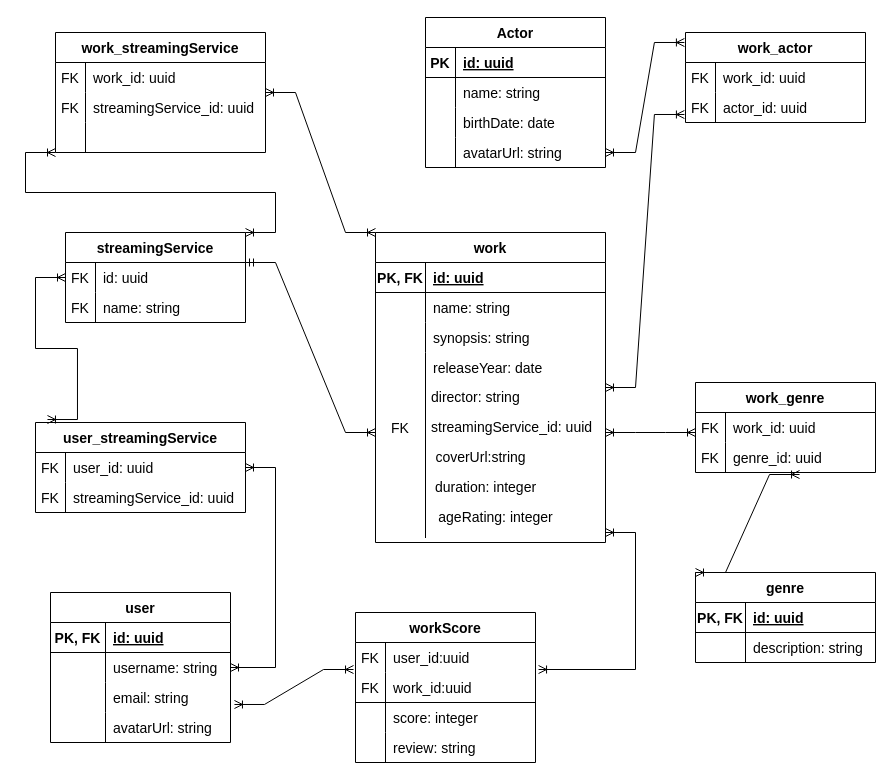
Before: Diagrama sem nome.drawio in wiliansanello/videoteca-do-streaming, a draw.io diagram. Source tidied: cells renumbered, new cells numbered last; positions are measured from the earlier drawing's top-left corner, leaving out a move shared by most shapes. Both pictures are drawn from the tidied source at 100%, with x=0, y=0 at pixel (35, 17).
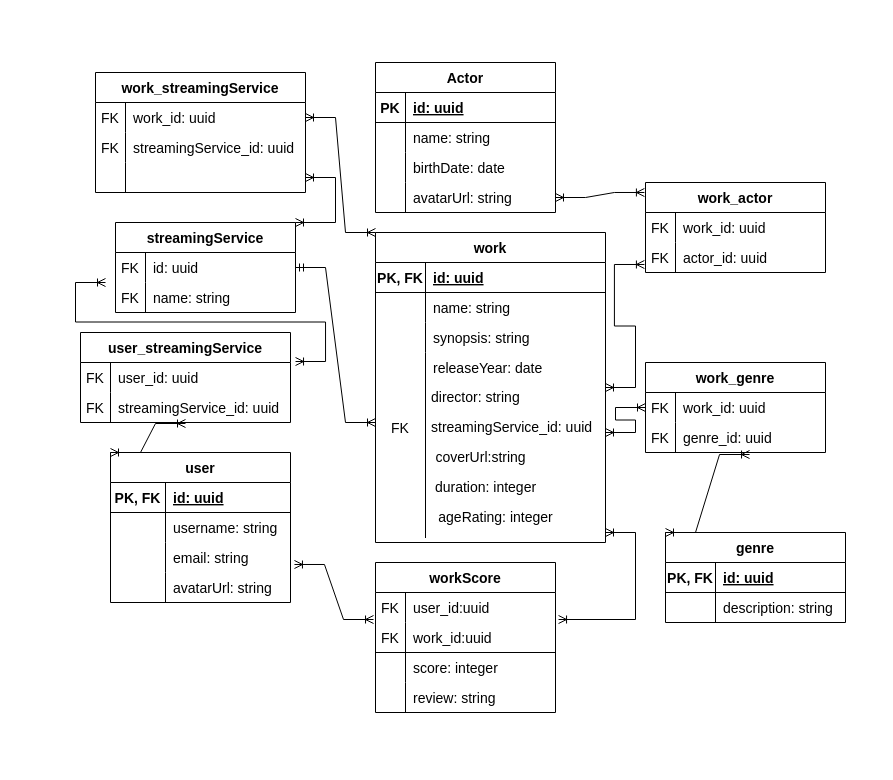
The same diagram, later.

The change refers to these unchanged cells:
```xml
<mxCell id="2" value="work" style="shape=table;startSize=30;childLayout=tableLayout;rowLines=0;fontStyle=1;align=center;fontSize=14;" parent="1" vertex="1">
  <mxGeometry x="340" y="215" width="230" height="310" as="geometry" />
</mxCell>
<mxCell id="24" style="shape=tableRow;horizontal=0;startSize=0;swimlaneHead=0;swimlaneBody=0;fillColor=none;points=[[0,0.5],[1,0.5]];portConstraint=eastwest;top=0;left=0;right=0;bottom=0;fontSize=14;" parent="23" vertex="1">
  <mxGeometry y="30" width="180" height="30" as="geometry" />
</mxCell>
<mxCell id="31" style="shape=tableRow;horizontal=0;startSize=0;swimlaneHead=0;swimlaneBody=0;fillColor=none;points=[[0,0.5],[1,0.5]];portConstraint=eastwest;top=0;left=0;right=0;bottom=0;fontSize=14;" parent="30" vertex="1">
  <mxGeometry y="30" width="210" height="30" as="geometry" />
</mxCell>
<mxCell id="34" style="shape=tableRow;horizontal=0;startSize=0;swimlaneHead=0;swimlaneBody=0;fillColor=none;points=[[0,0.5],[1,0.5]];portConstraint=eastwest;top=0;left=0;right=0;bottom=0;fontSize=14;" parent="30" vertex="1">
  <mxGeometry y="60" width="210" height="30" as="geometry" />
</mxCell>
<mxCell id="67" style="shape=tableRow;horizontal=0;startSize=0;swimlaneHead=0;swimlaneBody=0;fillColor=none;points=[[0,0.5],[1,0.5]];portConstraint=eastwest;top=0;left=0;right=0;bottom=0;fontSize=14;" parent="66" vertex="1">
  <mxGeometry y="30" width="210" height="30" as="geometry" />
</mxCell>
<mxCell id="73" style="shape=tableRow;horizontal=0;startSize=0;swimlaneHead=0;swimlaneBody=0;fillColor=none;points=[[0,0.5],[1,0.5]];portConstraint=eastwest;top=0;left=0;right=0;bottom=0;fontSize=14;" parent="66" vertex="1">
  <mxGeometry y="90" width="210" height="30" as="geometry" />
</mxCell>
<mxCell id="99" style="shape=tableRow;horizontal=0;startSize=0;swimlaneHead=0;swimlaneBody=0;fillColor=none;points=[[0,0.5],[1,0.5]];portConstraint=eastwest;top=0;left=0;right=0;bottom=0;fontSize=14;" parent="98" vertex="1">
  <mxGeometry y="30" width="180" height="30" as="geometry" />
</mxCell>
```

Diff of the diagram source:
```diff
@@
     <mxCell id="23" value="streamingService" style="shape=table;startSize=30;childLayout=tableLayout;rowLines=0;fontStyle=1;align=center;fontSize=14;" parent="1" vertex="1">
-      <mxGeometry x="30" y="215" width="180" height="90" as="geometry" />
+      <mxGeometry x="80" y="205" width="180" height="90" as="geometry" />
     </mxCell>
@@
     <mxCell id="30" value="user_streamingService" style="shape=table;startSize=30;childLayout=tableLayout;rowLines=0;fontStyle=1;align=center;fontSize=14;" parent="1" vertex="1">
-      <mxGeometry y="405" width="210" height="90" as="geometry" />
+      <mxGeometry x="45" y="315" width="210" height="90" as="geometry" />
     </mxCell>
@@
     <mxCell id="37" value="user" style="shape=table;startSize=30;childLayout=tableLayout;rowLines=0;fontStyle=1;align=center;fontSize=14;" parent="1" vertex="1">
-      <mxGeometry x="15" y="575" width="180" height="150" as="geometry" />
+      <mxGeometry x="75" y="435" width="180" height="150" as="geometry" />
     </mxCell>
@@
-    <mxCell id="50" style="edgeStyle=entityRelationEdgeStyle;fontSize=12;html=1;endArrow=ERoneToMany;startArrow=ERoneToMany;rounded=0;" parent="1" edge="1" source="37" target="30">
+    <mxCell id="50" style="edgeStyle=entityRelationEdgeStyle;fontSize=12;html=1;endArrow=ERoneToMany;startArrow=ERoneToMany;rounded=0;exitX=0;exitY=0;exitDx=0;exitDy=0;entryX=0.5;entryY=1.033;entryDx=0;entryDy=0;entryPerimeter=0;" parent="1" edge="1" source="37" target="34">
       <mxGeometry relative="1" as="geometry" />
     </mxCell>
-    <mxCell id="51" style="edgeStyle=entityRelationEdgeStyle;fontSize=12;html=1;endArrow=ERoneToMany;startArrow=ERoneToMany;rounded=0;entryX=0;entryY=0.5;entryDx=0;entryDy=0;exitX=0.057;exitY=-0.033;exitDx=0;exitDy=0;exitPerimeter=0;" parent="1" edge="1" source="30" target="24">
+    <mxCell id="51" style="edgeStyle=entityRelationEdgeStyle;fontSize=12;html=1;endArrow=ERoneToMany;startArrow=ERoneToMany;rounded=0;exitX=1.024;exitY=-0.033;exitDx=0;exitDy=0;exitPerimeter=0;" parent="1" edge="1" source="31">
       <mxGeometry x="-1" y="206" relative="1" as="geometry">
+        <mxPoint x="70" y="265" as="targetPoint" />
         <mxPoint x="-180" y="106" as="offset" />
       </mxGeometry>
     </mxCell>
     <mxCell id="52" value="workScore" style="shape=table;startSize=30;childLayout=tableLayout;rowLines=0;fontStyle=1;align=center;fontSize=14;" parent="1" vertex="1">
-      <mxGeometry x="320" y="595" width="180" height="150" as="geometry" />
+      <mxGeometry x="340" y="545" width="180" height="150" as="geometry" />
     </mxCell>
@@
     <mxCell id="66" value="work_streamingService" style="shape=table;startSize=30;childLayout=tableLayout;rowLines=0;fontStyle=1;align=center;fontSize=14;" parent="1" vertex="1">
-      <mxGeometry x="20" y="15" width="210" height="120" as="geometry" />
+      <mxGeometry x="60" y="55" width="210" height="120" as="geometry" />
     </mxCell>
@@
     <mxCell id="76" value="work_actor" style="shape=table;startSize=30;childLayout=tableLayout;rowLines=0;fontStyle=1;align=center;fontSize=14;" parent="1" vertex="1">
-      <mxGeometry x="650" y="15" width="180" height="90" as="geometry" />
+      <mxGeometry x="610" y="165" width="180" height="90" as="geometry" />
     </mxCell>
@@
-    <mxCell id="84" style="edgeStyle=entityRelationEdgeStyle;fontSize=12;html=1;endArrow=ERoneToMany;startArrow=ERmandOne;rounded=0;" parent="1" edge="1">
+    <mxCell id="84" style="edgeStyle=entityRelationEdgeStyle;fontSize=12;html=1;endArrow=ERoneToMany;startArrow=ERmandOne;rounded=0;" parent="1" edge="1" source="24">
       <mxGeometry relative="1" as="geometry">
-        <mxPoint x="210" y="245" as="sourcePoint" />
-        <mxPoint x="340" y="415" as="targetPoint" />
+        <mxPoint x="340" y="405" as="targetPoint" />
       </mxGeometry>
     </mxCell>
     <mxCell id="85" value="Actor" style="shape=table;startSize=30;childLayout=tableLayout;rowLines=0;fontStyle=1;align=center;fontSize=14;" parent="1" vertex="1">
-      <mxGeometry x="390" width="180" height="150" as="geometry" />
+      <mxGeometry x="340" y="45" width="180" height="150" as="geometry" />
     </mxCell>
@@
     <mxCell id="98" value="work_genre" style="shape=table;startSize=30;childLayout=tableLayout;rowLines=0;fontStyle=1;align=center;fontSize=14;" parent="1" vertex="1">
-      <mxGeometry x="660" y="365" width="180" height="90" as="geometry" />
+      <mxGeometry x="610" y="345" width="180" height="90" as="geometry" />
     </mxCell>
@@
     <mxCell id="106" value="genre" style="shape=table;startSize=30;childLayout=tableLayout;rowLines=0;fontStyle=1;align=center;fontSize=14;" parent="1" vertex="1">
-      <mxGeometry x="660" y="555" width="180" height="90" as="geometry" />
+      <mxGeometry x="630" y="515" width="180" height="90" as="geometry" />
     </mxCell>
@@
-    <mxCell id="113" style="edgeStyle=entityRelationEdgeStyle;fontSize=12;html=1;endArrow=ERoneToMany;startArrow=ERoneToMany;rounded=0;entryX=0;entryY=0;entryDx=0;entryDy=0;" parent="1" edge="1" target="2">
-      <mxGeometry relative="1" as="geometry">
-        <mxPoint x="230" y="75" as="sourcePoint" />
-      </mxGeometry>
+    <mxCell id="113" style="edgeStyle=entityRelationEdgeStyle;fontSize=12;html=1;endArrow=ERoneToMany;startArrow=ERoneToMany;rounded=0;entryX=0;entryY=0;entryDx=0;entryDy=0;" parent="1" edge="1" source="67" target="2">
+      <mxGeometry relative="1" as="geometry" />
     </mxCell>
-    <mxCell id="114" style="edgeStyle=entityRelationEdgeStyle;fontSize=12;html=1;endArrow=ERoneToMany;startArrow=ERoneToMany;rounded=0;" parent="1" edge="1">
+    <mxCell id="114" style="edgeStyle=entityRelationEdgeStyle;fontSize=12;html=1;endArrow=ERoneToMany;startArrow=ERoneToMany;rounded=0;" parent="1" edge="1" target="99">
       <mxGeometry relative="1" as="geometry">
         <mxPoint x="570" y="415" as="sourcePoint" />
-        <mxPoint x="660" y="415" as="targetPoint" />
       </mxGeometry>
     </mxCell>
@@
-    <mxCell id="116" style="edgeStyle=entityRelationEdgeStyle;fontSize=12;html=1;endArrow=ERoneToMany;startArrow=ERoneToMany;rounded=0;exitX=1;exitY=0;exitDx=0;exitDy=0;" parent="1" edge="1" source="23">
-      <mxGeometry relative="1" as="geometry">
-        <mxPoint x="20" y="135" as="targetPoint" />
-      </mxGeometry>
+    <mxCell id="116" style="edgeStyle=entityRelationEdgeStyle;fontSize=12;html=1;endArrow=ERoneToMany;startArrow=ERoneToMany;rounded=0;exitX=1;exitY=0;exitDx=0;exitDy=0;" parent="1" edge="1" source="23" target="73">
+      <mxGeometry relative="1" as="geometry" />
     </mxCell>
```
